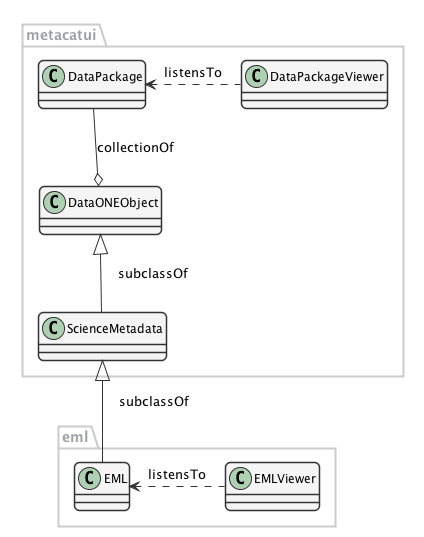
This is metacatui/docs/design/editor/images/editor-design.png from NCEAS/metacatui, a PlantUML export, as it was before one commit.
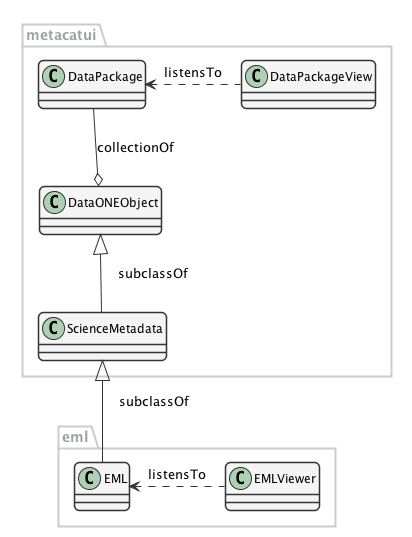
After the commit.

Commit message:
Rename DataPackageViewer to DataPackageView.

Change to the diagram source:
```diff
@@ -41,7 +41,7 @@
     class ScienceMetadata {
     }
 
-    class DataPackageViewer {
+    class DataPackageView {
     }
   }
 
@@ -54,7 +54,7 @@
   }
 
   DataPackage --o DataONEObject : collectionOf
-  DataPackage <.left. DataPackageViewer : listensTo
+  DataPackage <.left. DataPackageView : listensTo
   DataONEObject <|-down- ScienceMetadata : "    subclassOf"
   ScienceMetadata <|- EML : "    subclassOf"
   EML <.left. EMLViewer : listensTo
```
